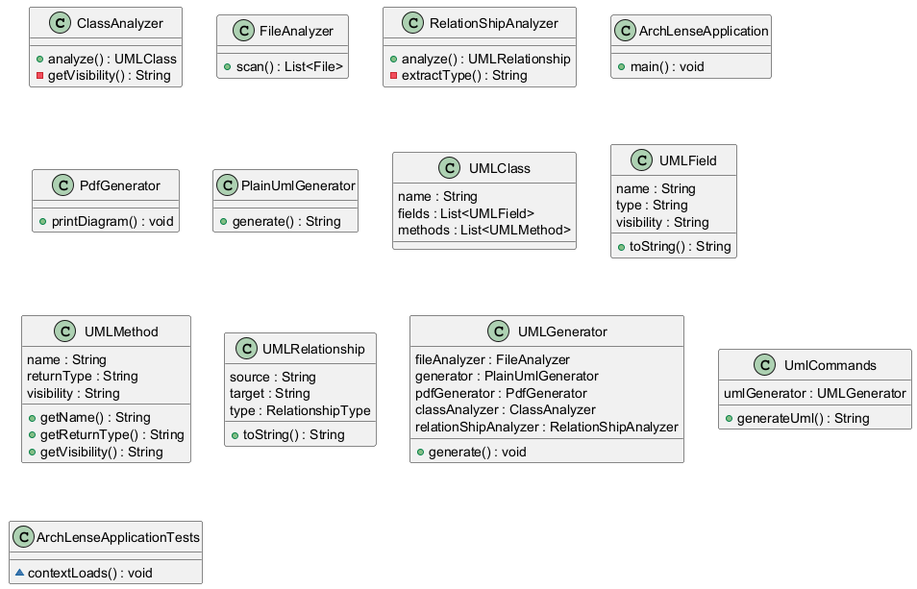
This is diagram.png from sithija-sulochana/ArchLense, a PlantUML export, as it was before one commit.
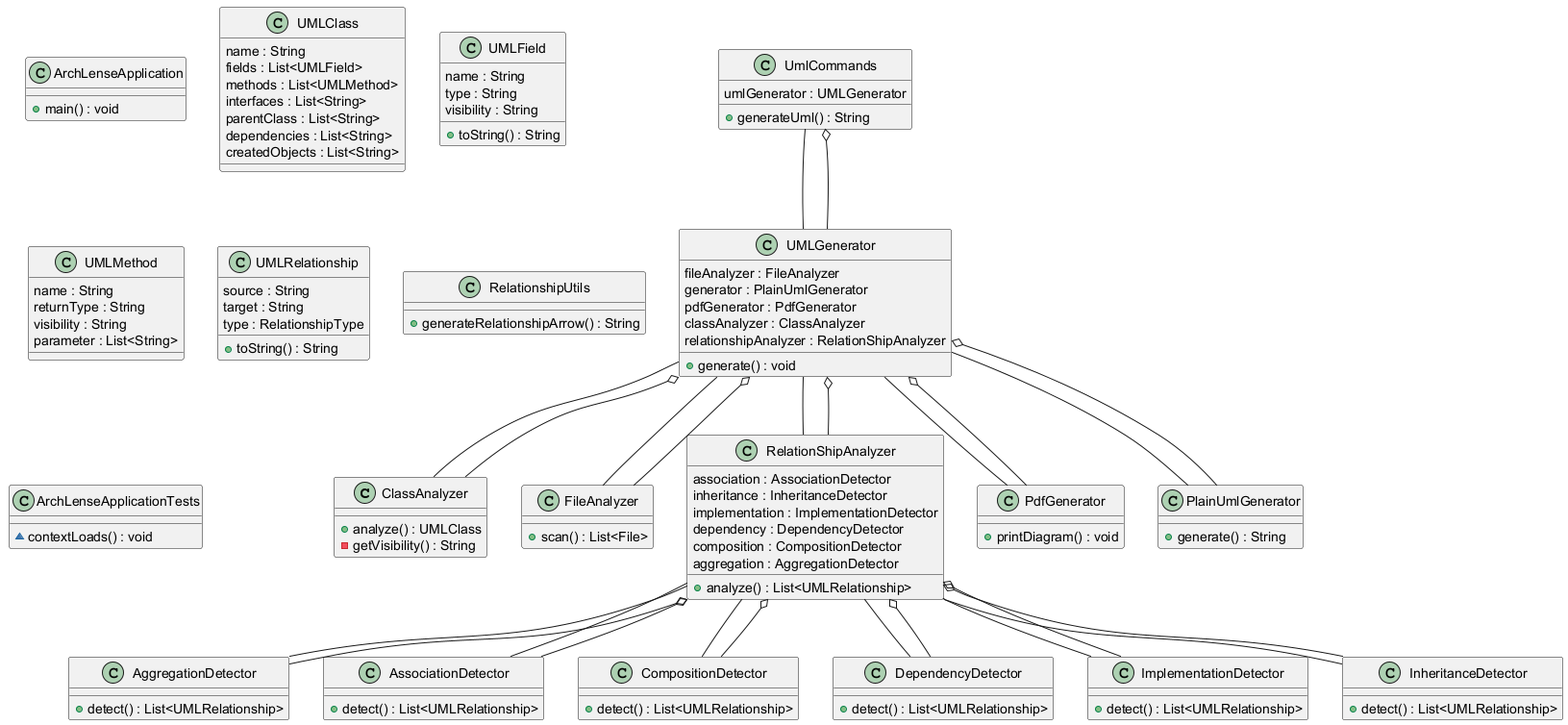
Above is the later version.

What changed in the source:
```diff
@@ -7,11 +7,34 @@
   + scan() : List<File>
 }
 class RelationShipAnalyzer {
-  + analyze() : UMLRelationship
-  - extractType() : String
+  association : AssociationDetector
+  inheritance : InheritanceDetector
+  implementation : ImplementationDetector
+  dependency : DependencyDetector
+  composition : CompositionDetector
+  aggregation : AggregationDetector
+  + analyze() : List<UMLRelationship>
 }
 class ArchLenseApplication {
   + main() : void
+}
+class AggregationDetector {
+  + detect() : List<UMLRelationship>
+}
+class AssociationDetector {
+  + detect() : List<UMLRelationship>
+}
+class CompositionDetector {
+  + detect() : List<UMLRelationship>
+}
+class DependencyDetector {
+  + detect() : List<UMLRelationship>
+}
+class ImplementationDetector {
+  + detect() : List<UMLRelationship>
+}
+class InheritanceDetector {
+  + detect() : List<UMLRelationship>
 }
 class PdfGenerator {
   + printDiagram() : void
@@ -23,6 +46,10 @@
   name : String
   fields : List<UMLField>
   methods : List<UMLMethod>
+  interfaces : List<String>
+  parentClass : List<String>
+  dependencies : List<String>
+  createdObjects : List<String>
 }
 class UMLField {
   name : String
@@ -34,9 +61,7 @@
   name : String
   returnType : String
   visibility : String
-  + getName() : String
-  + getReturnType() : String
-  + getVisibility() : String
+  parameter : List<String>
 }
 class UMLRelationship {
   source : String
@@ -49,14 +74,41 @@
   generator : PlainUmlGenerator
   pdfGenerator : PdfGenerator
   classAnalyzer : ClassAnalyzer
-  relationShipAnalyzer : RelationShipAnalyzer
+  relationshipAnalyzer : RelationShipAnalyzer
   + generate() : void
 }
 class UmlCommands {
   umlGenerator : UMLGenerator
   + generateUml() : String
 }
+class RelationshipUtils {
+  + generateRelationshipArrow() : String
+}
 class ArchLenseApplicationTests {
   ~ contextLoads() : void
 }
+RelationShipAnalyzer -- DependencyDetector
+RelationShipAnalyzer -- AssociationDetector
+UMLGenerator -- PlainUmlGenerator
+RelationShipAnalyzer -- CompositionDetector
+UmlCommands -- UMLGenerator
+RelationShipAnalyzer -- InheritanceDetector
+UMLGenerator -- ClassAnalyzer
+UMLGenerator -- RelationShipAnalyzer
+UMLGenerator -- PdfGenerator
+RelationShipAnalyzer -- AggregationDetector
+RelationShipAnalyzer -- ImplementationDetector
+UMLGenerator -- FileAnalyzer
+RelationShipAnalyzer o-- DependencyDetector
+RelationShipAnalyzer o-- ImplementationDetector
+UMLGenerator o-- ClassAnalyzer
+UmlCommands o-- UMLGenerator
+UMLGenerator o-- FileAnalyzer
+RelationShipAnalyzer o-- AssociationDetector
+UMLGenerator o-- PlainUmlGenerator
+RelationShipAnalyzer o-- AggregationDetector
+RelationShipAnalyzer o-- CompositionDetector
+UMLGenerator o-- PdfGenerator
+UMLGenerator o-- RelationShipAnalyzer
+RelationShipAnalyzer o-- InheritanceDetector
 @enduml
```
